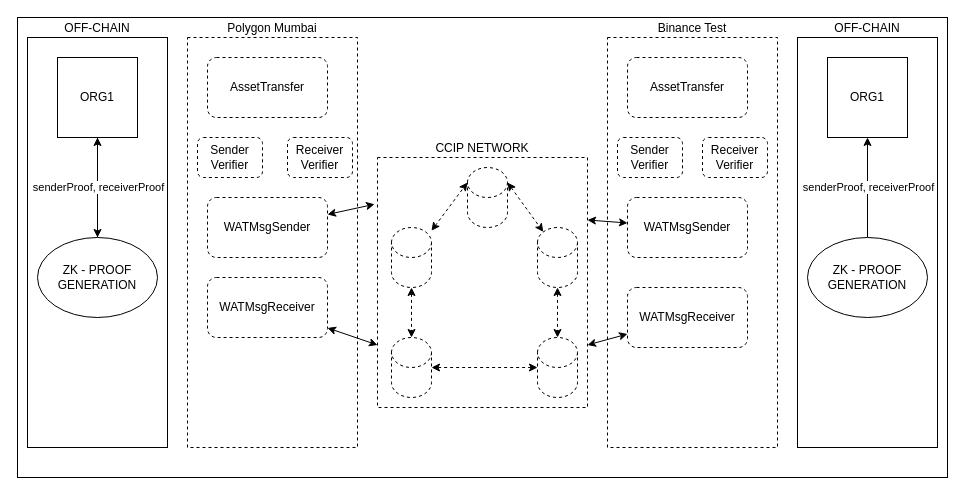
Above: diagrams/Architecture.drawio in mvrmr/wat (draw.io), before the change. Source tidied: cells renumbered, new cells numbered last; positions are measured from the earlier drawing's top-left corner, leaving out a move shared by most shapes. Both pictures are drawn from the tidied source at 100%, with x=0, y=0 at pixel (17, 17).
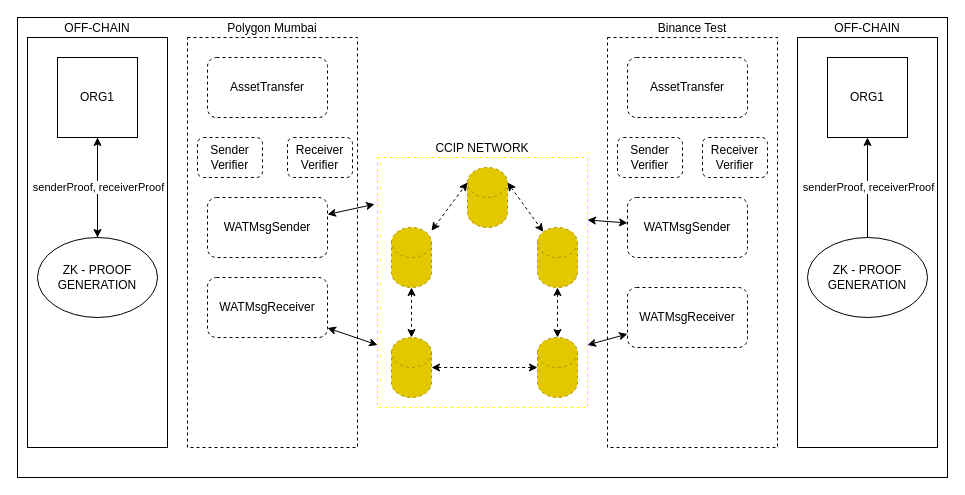
After the change.

Commit message (it also covers changes not shown here):
updated architecture diagrams

Change to the diagram source:
```diff
@@
-    <mxCell id="30" value="CCIP NETWORK" style="rounded=0;whiteSpace=wrap;html=1;dashed=1;labelPosition=center;verticalLabelPosition=top;align=center;verticalAlign=bottom;" parent="1" vertex="1">
+    <mxCell id="30" value="CCIP NETWORK" style="rounded=0;whiteSpace=wrap;html=1;dashed=1;labelPosition=center;verticalLabelPosition=top;align=center;verticalAlign=bottom;strokeColor=#FFFF00;" parent="1" vertex="1">
       <mxGeometry x="360" y="140" width="210" height="250" as="geometry" />
     </mxCell>
@@
-    <mxCell id="32" style="shape=cylinder3;whiteSpace=wrap;html=1;boundedLbl=1;backgroundOutline=1;size=15;dashed=1;" parent="1" vertex="1">
+    <mxCell id="32" style="shape=cylinder3;whiteSpace=wrap;html=1;boundedLbl=1;backgroundOutline=1;size=15;dashed=1;fillColor=#e3c800;strokeColor=#B09500;fontColor=#000000;" parent="1" vertex="1">
       <mxGeometry x="520" y="320" width="40" height="60" as="geometry" />
     </mxCell>
@@
-    <mxCell id="34" style="shape=cylinder3;whiteSpace=wrap;html=1;boundedLbl=1;backgroundOutline=1;size=15;dashed=1;" parent="1" vertex="1">
+    <mxCell id="34" style="shape=cylinder3;whiteSpace=wrap;html=1;boundedLbl=1;backgroundOutline=1;size=15;dashed=1;fillColor=#e3c800;strokeColor=#B09500;fontColor=#000000;" parent="1" vertex="1">
       <mxGeometry x="520" y="210" width="40" height="60" as="geometry" />
     </mxCell>
@@
-    <mxCell id="36" style="shape=cylinder3;whiteSpace=wrap;html=1;boundedLbl=1;backgroundOutline=1;size=15;dashed=1;" parent="1" vertex="1">
+    <mxCell id="36" style="shape=cylinder3;whiteSpace=wrap;html=1;boundedLbl=1;backgroundOutline=1;size=15;dashed=1;fillColor=#e3c800;strokeColor=#B09500;fontColor=#000000;" parent="1" vertex="1">
       <mxGeometry x="450" y="150" width="40" height="60" as="geometry" />
     </mxCell>
@@
-    <mxCell id="39" style="shape=cylinder3;whiteSpace=wrap;html=1;boundedLbl=1;backgroundOutline=1;size=15;dashed=1;" parent="1" vertex="1">
+    <mxCell id="39" style="shape=cylinder3;whiteSpace=wrap;html=1;boundedLbl=1;backgroundOutline=1;size=15;dashed=1;fillColor=#e3c800;strokeColor=#B09500;fontColor=#000000;" parent="1" vertex="1">
       <mxGeometry x="374" y="210" width="40" height="60" as="geometry" />
     </mxCell>
-    <mxCell id="40" style="shape=cylinder3;whiteSpace=wrap;html=1;boundedLbl=1;backgroundOutline=1;size=15;dashed=1;" parent="1" vertex="1">
+    <mxCell id="40" style="shape=cylinder3;whiteSpace=wrap;html=1;boundedLbl=1;backgroundOutline=1;size=15;dashed=1;fillColor=#e3c800;strokeColor=#B09500;fontColor=#000000;" parent="1" vertex="1">
       <mxGeometry x="374" y="320" width="40" height="60" as="geometry" />
     </mxCell>
```
